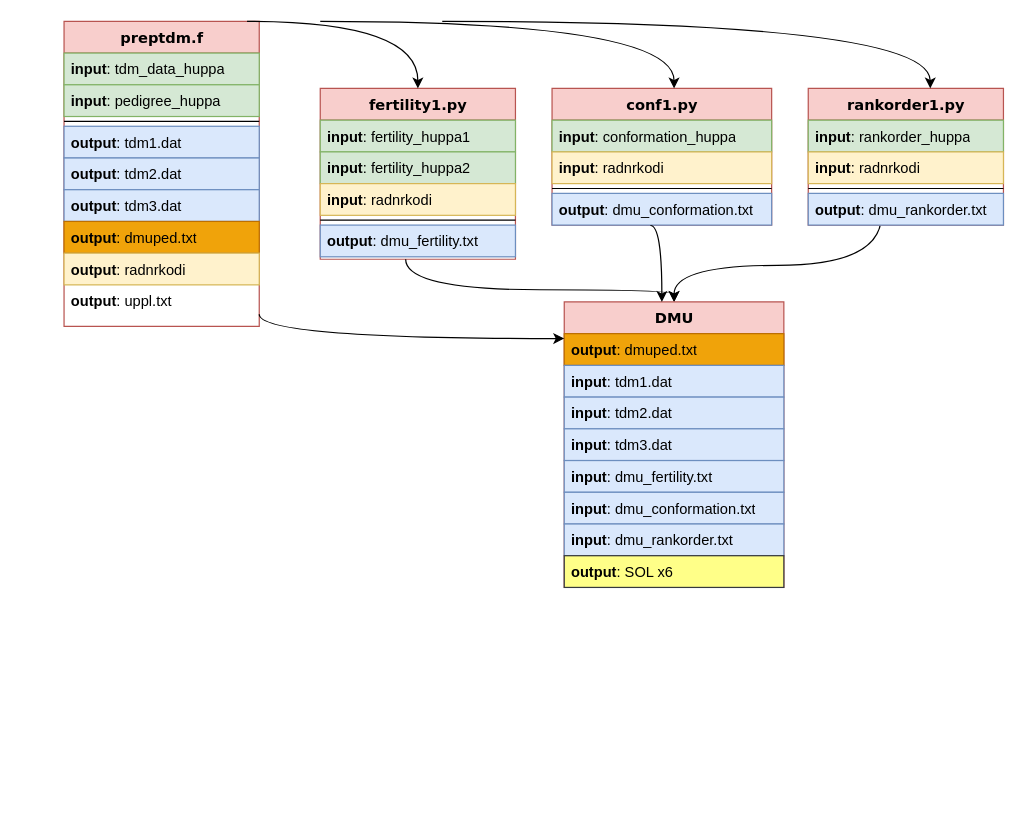
The draw.io diagram New breeding evaluation pipeline.drawio in tordisrml/fertility, before the edit. Source tidied: cells renumbered, new cells numbered last; positions are measured from the earlier drawing's top-left corner, leaving out a move shared by most shapes. Both pictures are drawn from the tidied source at 122%, with x=0, y=0 at pixel (63, 21).
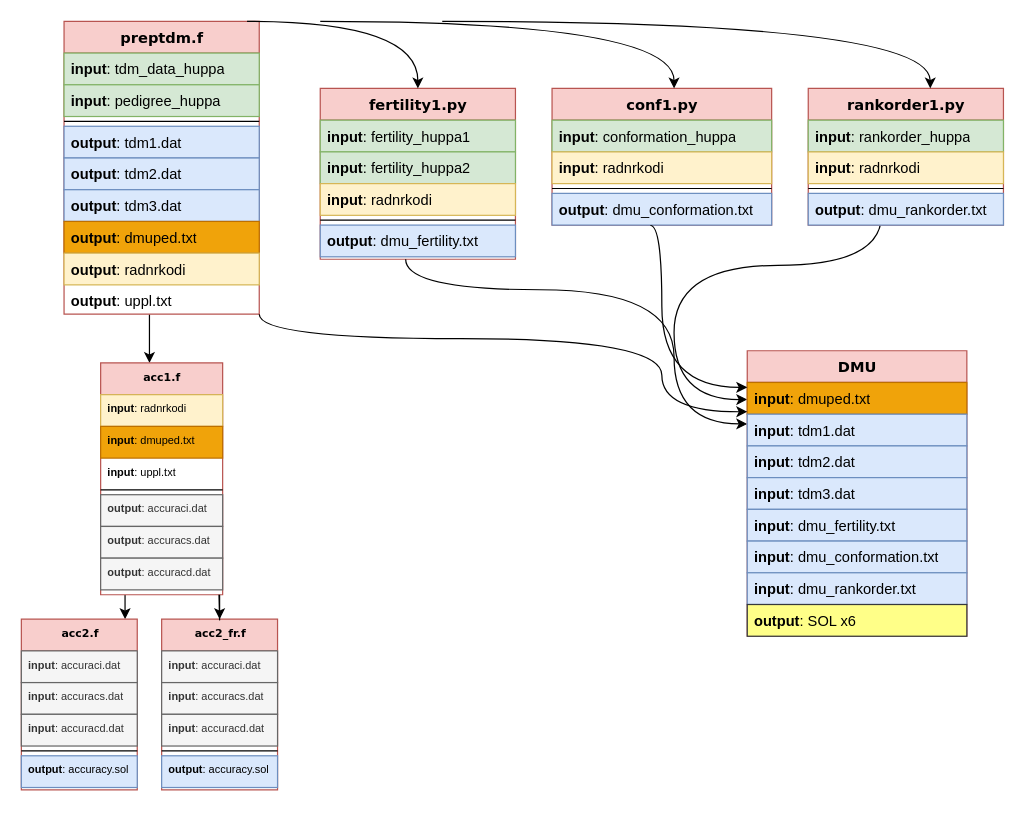
Above is the later version.

The change refers to these unchanged cells:
```xml
<mxCell id="12" value="fertility1.py" style="swimlane;html=1;fontStyle=1;align=center;verticalAlign=top;horizontal=1;startSize=26;swimlaneFillColor=#ffffff;rounded=0;shadow=0;comic=0;labelBackgroundColor=none;strokeWidth=1;fillColor=#f8cecc;fontFamily=Verdana;fontSize=12;strokeColor=#b85450;" parent="1" vertex="1">
  <mxGeometry x="210" y="55" width="160" height="140" as="geometry" />
</mxCell>
<mxCell id="30" value="&lt;b&gt;output&lt;/b&gt;: dmu_conformation.txt" style="text;html=1;align=left;verticalAlign=top;spacingLeft=4;spacingRight=4;whiteSpace=wrap;overflow=hidden;points=[[0,0.5],[1,0.5]];portConstraint=eastwest;fillColor=#dae8fc;strokeColor=#6c8ebf;" parent="26" vertex="1">
  <mxGeometry y="86" width="180" height="26" as="geometry" />
</mxCell>
```

The edit, as a diff of the source:
```diff
@@
+    <mxCell id="44" style="edgeStyle=orthogonalEdgeStyle;rounded=0;jettySize=auto;html=1;fontSize=34;" parent="1" edge="1" source="2" target="46">
+      <mxGeometry relative="1" as="geometry">
+        <Array as="points">
+          <mxPoint x="70" y="250" />
+          <mxPoint x="70" y="250" />
+        </Array>
+      </mxGeometry>
+    </mxCell>
     <mxCell id="2" value="preptdm.f" style="swimlane;html=1;fontStyle=1;align=center;verticalAlign=top;horizontal=1;startSize=26;swimlaneFillColor=#ffffff;rounded=0;shadow=0;comic=0;labelBackgroundColor=none;strokeWidth=1;fillColor=#f8cecc;fontFamily=Verdana;fontSize=12;strokeColor=#b85450;" parent="1" vertex="1">
-      <mxGeometry width="160" height="250" as="geometry" />
+      <mxGeometry width="160" height="240" as="geometry" />
     </mxCell>
@@
     <mxCell id="11" value="&lt;b&gt;output&lt;/b&gt;: uppl.txt" style="text;html=1;strokeColor=none;fillColor=none;align=left;verticalAlign=top;spacingLeft=4;spacingRight=4;whiteSpace=wrap;overflow=hidden;" parent="2" vertex="1">
-      <mxGeometry y="216" width="160" height="34" as="geometry" />
+      <mxGeometry y="216" width="160" height="24" as="geometry" />
     </mxCell>
@@
     <mxCell id="16" style="curved=1;endArrow=classic;html=1;rounded=0;fontSize=34;edgeStyle=orthogonalEdgeStyle;" parent="12" edge="1" target="33">
       <mxGeometry relative="1" as="geometry">
         <mxPoint x="70" y="140" as="sourcePoint" />
         <Array as="points">
           <mxPoint x="70" y="165" />
           <mxPoint x="290" y="165" />
+          <mxPoint x="290" y="275" />
         </Array>
       </mxGeometry>
     </mxCell>
@@
     <mxCell id="19" style="curved=1;endArrow=classic;html=1;rounded=0;fontSize=34;edgeStyle=orthogonalEdgeStyle;" parent="12" edge="1" target="33">
       <mxGeometry relative="1" as="geometry">
         <mxPoint x="460" y="104" as="sourcePoint" />
         <Array as="points">
           <mxPoint x="460" y="145" />
           <mxPoint x="290" y="145" />
+          <mxPoint x="290" y="255" />
         </Array>
       </mxGeometry>
     </mxCell>
@@
     <mxCell id="33" value="DMU" style="swimlane;html=1;fontStyle=1;align=center;verticalAlign=top;horizontal=1;startSize=26;swimlaneFillColor=#ffffff;rounded=0;shadow=0;comic=0;labelBackgroundColor=none;strokeWidth=1;fillColor=#f8cecc;fontFamily=Verdana;fontSize=12;strokeColor=#b85450;" parent="1" vertex="1">
-      <mxGeometry x="410" y="230" width="180" height="234" as="geometry" />
+      <mxGeometry x="560" y="270" width="180" height="234" as="geometry" />
     </mxCell>
-    <mxCell id="34" value="&lt;b&gt;output&lt;/b&gt;: dmuped.txt" style="text;html=1;strokeColor=#BD7000;fillColor=#f0a30a;align=left;verticalAlign=top;spacingLeft=4;spacingRight=4;whiteSpace=wrap;overflow=hidden;fontColor=#000000;" parent="33" vertex="1">
+    <mxCell id="34" value="&lt;b&gt;input&lt;/b&gt;: dmuped.txt" style="text;html=1;strokeColor=#BD7000;fillColor=#f0a30a;align=left;verticalAlign=top;spacingLeft=4;spacingRight=4;whiteSpace=wrap;overflow=hidden;fontColor=#000000;" parent="33" vertex="1">
       <mxGeometry y="26" width="180" height="26" as="geometry" />
     </mxCell>
@@
     <mxCell id="42" style="curved=1;endArrow=classic;html=1;rounded=0;fontSize=34;edgeStyle=orthogonalEdgeStyle;" parent="1" edge="1" target="33">
       <mxGeometry relative="1" as="geometry">
         <mxPoint x="160" y="240" as="sourcePoint" />
         <Array as="points">
           <mxPoint x="160" y="260" />
           <mxPoint x="490" y="260" />
+          <mxPoint x="490" y="320" />
         </Array>
       </mxGeometry>
     </mxCell>
     <mxCell id="43" style="curved=1;endArrow=classic;html=1;rounded=0;fontSize=34;edgeStyle=orthogonalEdgeStyle;exitX=0.448;exitY=1.013;exitDx=0;exitDy=0;exitPerimeter=0;" parent="1" edge="1" source="30" target="33">
       <mxGeometry relative="1" as="geometry">
         <Array as="points">
           <mxPoint x="490" y="167" />
+          <mxPoint x="490" y="300" />
         </Array>
       </mxGeometry>
     </mxCell>
+    <mxCell id="45" style="edgeStyle=orthogonalEdgeStyle;rounded=0;jettySize=auto;html=1;fontSize=34;" parent="1" edge="1" target="54">
+      <mxGeometry relative="1" as="geometry">
+        <mxPoint x="50" y="470" as="sourcePoint" />
+        <Array as="points">
+          <mxPoint x="50" y="470" />
+        </Array>
+      </mxGeometry>
+    </mxCell>
+    <mxCell id="46" value="acc1.f" style="swimlane;html=1;fontStyle=1;align=center;verticalAlign=top;horizontal=1;startSize=26;swimlaneFillColor=#ffffff;rounded=0;shadow=0;comic=0;labelBackgroundColor=none;strokeWidth=1;fillColor=#f8cecc;fontFamily=Verdana;fontSize=9;strokeColor=#b85450;" parent="1" vertex="1">
+      <mxGeometry x="30" y="280" width="100" height="190" as="geometry" />
+    </mxCell>
+    <mxCell id="47" value="&lt;b style=&quot;font-size: 9px;&quot;&gt;input&lt;/b&gt;: radnrkodi" style="text;html=1;strokeColor=#d6b656;fillColor=#fff2cc;align=left;verticalAlign=top;spacingLeft=4;spacingRight=4;whiteSpace=wrap;overflow=hidden;fontSize=9;" parent="46" vertex="1">
+      <mxGeometry y="26" width="100" height="26" as="geometry" />
+    </mxCell>
+    <mxCell id="48" value="&lt;b style=&quot;font-size: 9px;&quot;&gt;input&lt;/b&gt;: dmuped.txt" style="text;html=1;strokeColor=#BD7000;fillColor=#f0a30a;align=left;verticalAlign=top;spacingLeft=4;spacingRight=4;whiteSpace=wrap;overflow=hidden;fontColor=#000000;fontSize=9;" parent="46" vertex="1">
+      <mxGeometry y="52" width="100" height="26" as="geometry" />
+    </mxCell>
+    <mxCell id="49" value="&lt;b style=&quot;font-size: 9px;&quot;&gt;input&lt;/b&gt;: uppl.txt" style="text;html=1;strokeColor=none;fillColor=none;align=left;verticalAlign=top;spacingLeft=4;spacingRight=4;whiteSpace=wrap;overflow=hidden;fontSize=9;" parent="46" vertex="1">
+      <mxGeometry y="78" width="100" height="22" as="geometry" />
+    </mxCell>
+    <mxCell id="50" style="line;html=1;strokeWidth=1;fillColor=none;align=left;verticalAlign=middle;spacingTop=-1;spacingLeft=3;spacingRight=3;labelPosition=right;" parent="46" vertex="1">
+      <mxGeometry y="100" width="100" height="8" as="geometry" />
+    </mxCell>
+    <mxCell id="51" value="&lt;b style=&quot;font-size: 9px;&quot;&gt;output&lt;/b&gt;: accuraci.dat&lt;br style=&quot;font-size: 9px;&quot;&gt;" style="text;html=1;align=left;verticalAlign=top;spacingLeft=4;spacingRight=4;whiteSpace=wrap;overflow=hidden;fillColor=#f5f5f5;strokeColor=#666666;fontColor=#333333;fontSize=9;" parent="46" vertex="1">
+      <mxGeometry y="108" width="100" height="26" as="geometry" />
+    </mxCell>
+    <mxCell id="52" value="&lt;b style=&quot;font-size: 9px;&quot;&gt;output&lt;/b&gt;: accuracs.dat" style="text;html=1;align=left;verticalAlign=top;spacingLeft=4;spacingRight=4;whiteSpace=wrap;overflow=hidden;fillColor=#f5f5f5;strokeColor=#666666;fontColor=#333333;fontSize=9;" parent="46" vertex="1">
+      <mxGeometry y="134" width="100" height="26" as="geometry" />
+    </mxCell>
+    <mxCell id="53" value="&lt;b style=&quot;font-size: 9px;&quot;&gt;output&lt;/b&gt;: accuracd.dat" style="text;html=1;align=left;verticalAlign=top;spacingLeft=4;spacingRight=4;whiteSpace=wrap;overflow=hidden;fillColor=#f5f5f5;strokeColor=#666666;fontColor=#333333;fontSize=9;" parent="46" vertex="1">
+      <mxGeometry y="160" width="100" height="26" as="geometry" />
+    </mxCell>
+    <mxCell id="54" value="acc2.f" style="swimlane;html=1;fontStyle=1;align=center;verticalAlign=top;horizontal=1;startSize=26;swimlaneFillColor=#ffffff;rounded=0;shadow=0;comic=0;labelBackgroundColor=none;strokeWidth=1;fillColor=#f8cecc;fontFamily=Verdana;fontSize=9;strokeColor=#b85450;" parent="1" vertex="1">
+      <mxGeometry x="-35" y="490" width="95" height="140" as="geometry" />
+    </mxCell>
+    <mxCell id="55" value="&lt;b style=&quot;font-size: 9px;&quot;&gt;input&lt;/b&gt;: accuraci.dat" style="text;html=1;align=left;verticalAlign=top;spacingLeft=4;spacingRight=4;whiteSpace=wrap;overflow=hidden;fillColor=#f5f5f5;strokeColor=#666666;fontColor=#333333;fontSize=9;" parent="54" vertex="1">
+      <mxGeometry y="26" width="95" height="26" as="geometry" />
+    </mxCell>
+    <mxCell id="56" value="&lt;b style=&quot;font-size: 9px;&quot;&gt;input&lt;/b&gt;: accuracs.dat" style="text;html=1;align=left;verticalAlign=top;spacingLeft=4;spacingRight=4;whiteSpace=wrap;overflow=hidden;fillColor=#f5f5f5;strokeColor=#666666;fontColor=#333333;fontSize=9;" parent="54" vertex="1">
+      <mxGeometry y="52" width="95" height="26" as="geometry" />
+    </mxCell>
+    <mxCell id="57" value="&lt;b style=&quot;font-size: 9px;&quot;&gt;input&lt;/b&gt;: accuracd.dat" style="text;html=1;align=left;verticalAlign=top;spacingLeft=4;spacingRight=4;whiteSpace=wrap;overflow=hidden;fillColor=#f5f5f5;strokeColor=#666666;fontColor=#333333;fontSize=9;" parent="54" vertex="1">
+      <mxGeometry y="78" width="95" height="26" as="geometry" />
+    </mxCell>
+    <mxCell id="58" style="line;html=1;strokeWidth=1;fillColor=none;align=left;verticalAlign=middle;spacingTop=-1;spacingLeft=3;spacingRight=3;labelPosition=right;" parent="54" vertex="1">
+      <mxGeometry y="104" width="95" height="8" as="geometry" />
+    </mxCell>
+    <mxCell id="59" value="&lt;b style=&quot;font-size: 9px;&quot;&gt;output&lt;/b&gt;: accuracy.sol&lt;br style=&quot;font-size: 9px;&quot;&gt;" style="text;html=1;align=left;verticalAlign=top;spacingLeft=4;spacingRight=4;whiteSpace=wrap;overflow=hidden;fillColor=#dae8fc;strokeColor=#6c8ebf;fontSize=9;" parent="54" vertex="1">
+      <mxGeometry y="112" width="95" height="26" as="geometry" />
+    </mxCell>
+    <mxCell id="60" value="acc2_fr.f" style="swimlane;html=1;fontStyle=1;align=center;verticalAlign=top;horizontal=1;startSize=26;swimlaneFillColor=#ffffff;rounded=0;shadow=0;comic=0;labelBackgroundColor=none;strokeWidth=1;fillColor=#f8cecc;fontFamily=Verdana;fontSize=9;strokeColor=#b85450;" parent="1" vertex="1">
+      <mxGeometry x="80" y="490" width="95" height="140" as="geometry" />
+    </mxCell>
+    <mxCell id="61" value="&lt;b style=&quot;font-size: 9px;&quot;&gt;input&lt;/b&gt;: accuraci.dat" style="text;html=1;align=left;verticalAlign=top;spacingLeft=4;spacingRight=4;whiteSpace=wrap;overflow=hidden;fillColor=#f5f5f5;strokeColor=#666666;fontColor=#333333;fontSize=9;" parent="60" vertex="1">
+      <mxGeometry y="26" width="95" height="26" as="geometry" />
+    </mxCell>
+    <mxCell id="62" value="&lt;b style=&quot;font-size: 9px;&quot;&gt;input&lt;/b&gt;: accuracs.dat" style="text;html=1;align=left;verticalAlign=top;spacingLeft=4;spacingRight=4;whiteSpace=wrap;overflow=hidden;fillColor=#f5f5f5;strokeColor=#666666;fontColor=#333333;fontSize=9;" parent="60" vertex="1">
+      <mxGeometry y="52" width="95" height="26" as="geometry" />
+    </mxCell>
+    <mxCell id="63" value="&lt;b style=&quot;font-size: 9px;&quot;&gt;input&lt;/b&gt;: accuracd.dat" style="text;html=1;align=left;verticalAlign=top;spacingLeft=4;spacingRight=4;whiteSpace=wrap;overflow=hidden;fillColor=#f5f5f5;strokeColor=#666666;fontColor=#333333;fontSize=9;" parent="60" vertex="1">
+      <mxGeometry y="78" width="95" height="26" as="geometry" />
+    </mxCell>
+    <mxCell id="64" style="line;html=1;strokeWidth=1;fillColor=none;align=left;verticalAlign=middle;spacingTop=-1;spacingLeft=3;spacingRight=3;labelPosition=right;" parent="60" vertex="1">
+      <mxGeometry y="104" width="95" height="8" as="geometry" />
+    </mxCell>
+    <mxCell id="65" value="&lt;b style=&quot;font-size: 9px;&quot;&gt;output&lt;/b&gt;: accuracy.sol&lt;br style=&quot;font-size: 9px;&quot;&gt;" style="text;html=1;align=left;verticalAlign=top;spacingLeft=4;spacingRight=4;whiteSpace=wrap;overflow=hidden;fillColor=#dae8fc;strokeColor=#6c8ebf;fontSize=9;" parent="60" vertex="1">
+      <mxGeometry y="112" width="95" height="26" as="geometry" />
+    </mxCell>
+    <mxCell id="66" style="edgeStyle=orthogonalEdgeStyle;rounded=0;jettySize=auto;html=1;fontSize=34;" parent="1" edge="1" target="60">
+      <mxGeometry relative="1" as="geometry">
+        <mxPoint x="127" y="470" as="sourcePoint" />
+      </mxGeometry>
+    </mxCell>
```
